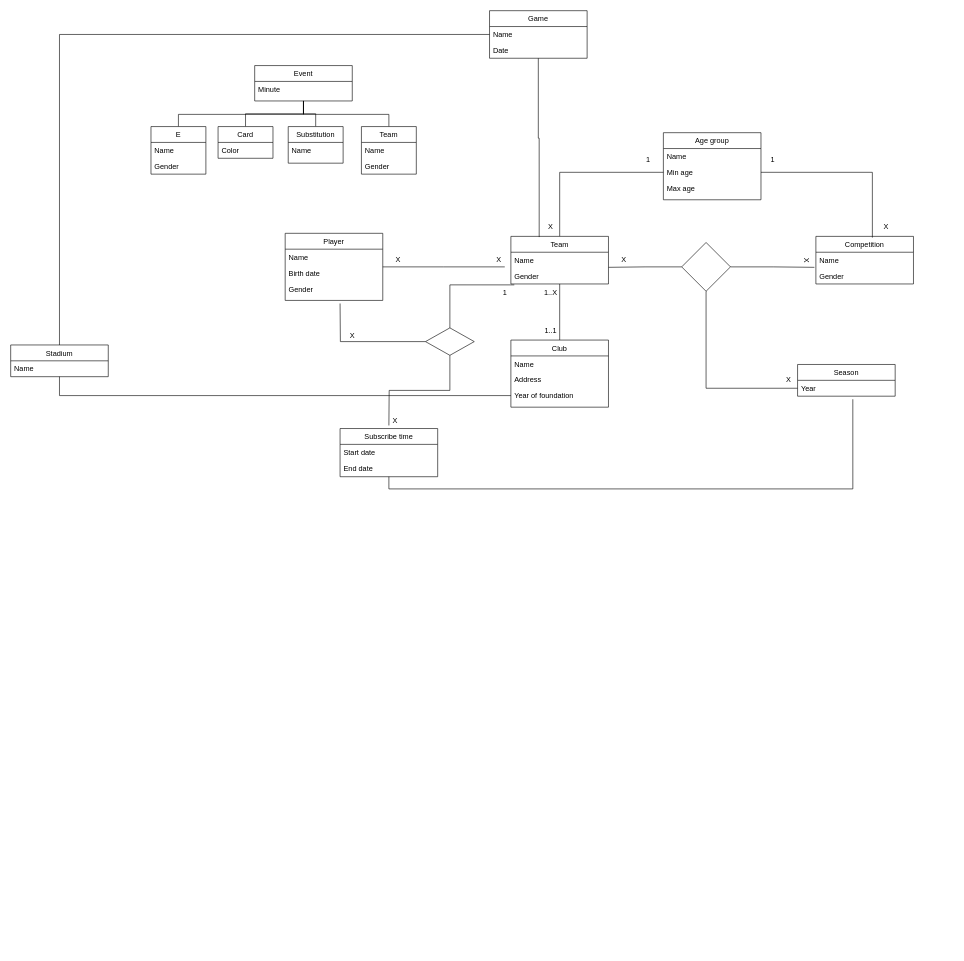
Before: SoccerLeague.drawio in brito-bernardo/database-modeling, a draw.io diagram. Source tidied: cells renumbered, new cells numbered last; positions are measured from the earlier drawing's top-left corner, leaving out a move shared by most shapes. Both pictures are drawn from the tidied source at 61%, with x=0, y=0 at pixel (10, 10).
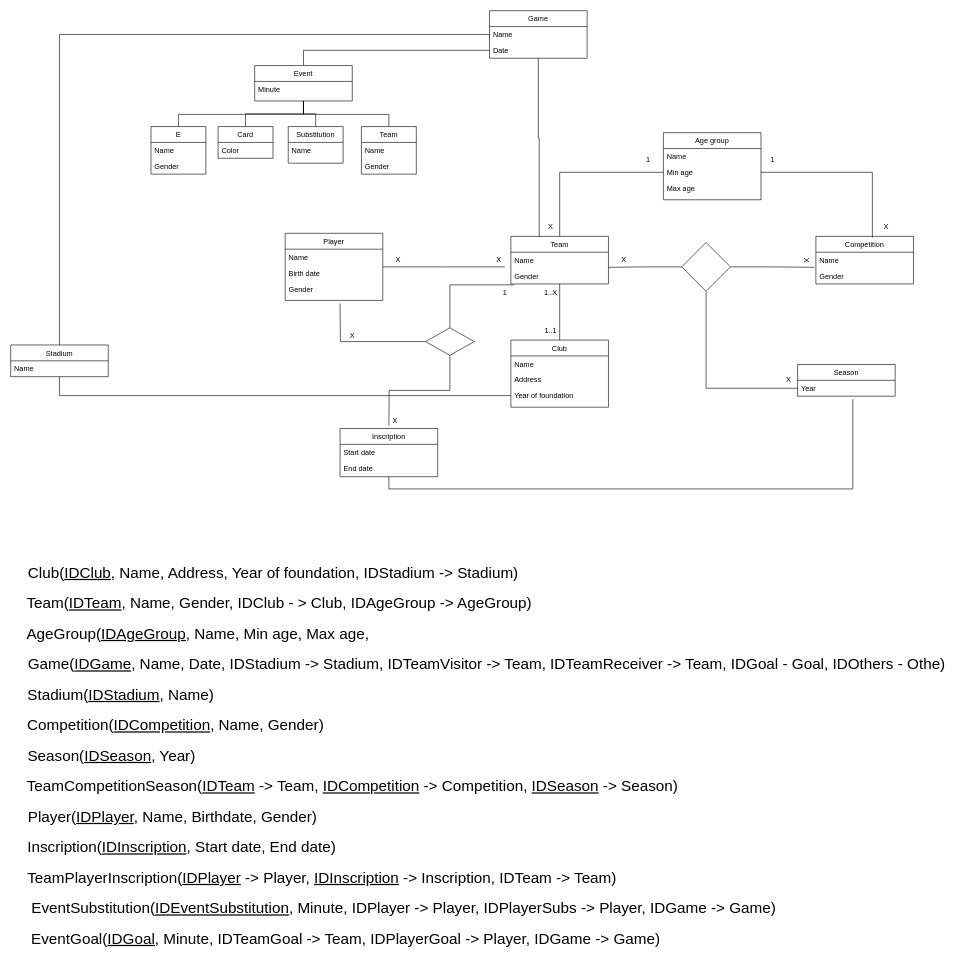
Above is the later version.

The change refers to these unchanged cells:
```xml
<mxCell id="56" value="Event" style="swimlane;fontStyle=0;align=center;verticalAlign=top;horizontal=1;startSize=26;rounded=0;shadow=0;strokeWidth=1;" parent="1" vertex="1">
  <mxGeometry x="400" y="90" width="160" height="58" as="geometry" />
</mxCell>
<mxCell id="74" value="Date" style="text;align=left;verticalAlign=top;spacingLeft=4;spacingRight=4;overflow=hidden;points=[[0,0.5],[1,0.5]];portConstraint=eastwest;" parent="72" vertex="1">
  <mxGeometry y="52" width="160" height="26" as="geometry" />
</mxCell>
```

What changed in the source:
```diff
@@
-    <mxCell id="41" value="Subscribe time" style="swimlane;fontStyle=0;align=center;verticalAlign=top;horizontal=1;startSize=26;rounded=0;shadow=0;strokeWidth=1;" parent="1" vertex="1">
+    <mxCell id="41" value="Inscription&#10;" style="swimlane;fontStyle=0;align=center;verticalAlign=top;horizontal=1;startSize=26;rounded=0;shadow=0;strokeWidth=1;" parent="1" vertex="1">
       <mxGeometry x="540" y="685" width="160" height="79" as="geometry" />
     </mxCell>
@@
+    <mxCell id="76" style="edgeStyle=orthogonalEdgeStyle;rounded=0;jettySize=auto;html=1;entryX=0;entryY=0.5;entryDx=0;entryDy=0;endArrow=none;endFill=0;" parent="1" edge="1" source="56" target="74">
+      <mxGeometry relative="1" as="geometry" />
+    </mxCell>
@@
+    <mxCell id="77" value="&lt;span style=&quot;font-size: 25px;&quot;&gt;Club(&lt;/span&gt;&lt;u style=&quot;font-size: 25px;&quot;&gt;IDClub&lt;/u&gt;&lt;span style=&quot;font-size: 25px;&quot;&gt;, Name, Address, Year of foundation, IDStadium -&amp;gt; Stadium)&lt;/span&gt;" style="text;html=1;align=center;verticalAlign=middle;strokeColor=none;fillColor=none;" parent="1" vertex="1">
+      <mxGeometry x="15" y="900" width="830" height="40" as="geometry" />
+    </mxCell>
+    <mxCell id="78" value="&lt;span style=&quot;font-size: 25px;&quot;&gt;Team(&lt;u&gt;IDTeam&lt;/u&gt;, Name, Gender, IDClub - &amp;gt; Club, IDAgeGroup -&amp;gt; AgeGroup)&lt;/span&gt;" style="text;html=1;align=center;verticalAlign=middle;strokeColor=none;fillColor=none;" parent="1" vertex="1">
+      <mxGeometry x="15" y="950" width="850" height="40" as="geometry" />
+    </mxCell>
+    <mxCell id="79" value="&lt;span style=&quot;font-size: 25px;&quot;&gt;AgeGroup(&lt;u&gt;IDAgeGroup&lt;/u&gt;, Name, Min age, Max age,&amp;nbsp;&lt;/span&gt;" style="text;html=1;align=center;verticalAlign=middle;strokeColor=none;fillColor=none;" parent="1" vertex="1">
+      <mxGeometry x="15" y="1000" width="590" height="40" as="geometry" />
+    </mxCell>
+    <mxCell id="80" value="&lt;font style=&quot;font-size: 25px;&quot;&gt;Game(&lt;u&gt;IDGame&lt;/u&gt;, Name, Date, IDStadium -&amp;gt; Stadium, IDTeamVisitor -&amp;gt; Team, IDTeamReceiver -&amp;gt; Team, IDGoal - Goal, IDOthers - Othe)&lt;br&gt;&lt;/font&gt;" style="text;html=1;align=center;verticalAlign=middle;strokeColor=none;fillColor=none;" parent="1" vertex="1">
+      <mxGeometry x="15" y="1050" width="1530" height="40" as="geometry" />
+    </mxCell>
+    <mxCell id="81" value="&lt;span style=&quot;font-size: 25px;&quot;&gt;Stadium(&lt;u&gt;IDStadium&lt;/u&gt;, Name)&lt;/span&gt;" style="text;html=1;align=center;verticalAlign=middle;strokeColor=none;fillColor=none;" parent="1" vertex="1">
+      <mxGeometry x="15" y="1100" width="330" height="40" as="geometry" />
+    </mxCell>
+    <mxCell id="82" value="&lt;font style=&quot;font-size: 25px;&quot;&gt;TeamCompetitionSeason(&lt;u&gt;IDTeam&lt;/u&gt;&amp;nbsp;-&amp;gt; Team, &lt;u&gt;IDCompetition&lt;/u&gt;&amp;nbsp;-&amp;gt; Competition, &lt;u&gt;IDSeason&lt;/u&gt;&amp;nbsp;-&amp;gt; Season)&lt;/font&gt;" style="text;html=1;align=center;verticalAlign=middle;strokeColor=none;fillColor=none;" parent="1" vertex="1">
+      <mxGeometry x="15" y="1250" width="1090" height="40" as="geometry" />
+    </mxCell>
+    <mxCell id="83" value="&lt;span style=&quot;font-size: 25px;&quot;&gt;Competition(&lt;u&gt;IDCompetition&lt;/u&gt;, Name, Gender)&lt;/span&gt;" style="text;html=1;align=center;verticalAlign=middle;strokeColor=none;fillColor=none;" parent="1" vertex="1">
+      <mxGeometry x="15" y="1150" width="510" height="40" as="geometry" />
+    </mxCell>
+    <mxCell id="84" value="&lt;font style=&quot;font-size: 25px;&quot;&gt;Season(&lt;u&gt;IDSeason&lt;/u&gt;, Year)&lt;/font&gt;" style="text;html=1;align=center;verticalAlign=middle;strokeColor=none;fillColor=none;" parent="1" vertex="1">
+      <mxGeometry x="15" y="1200" width="300" height="40" as="geometry" />
+    </mxCell>
+    <mxCell id="85" value="Player(&lt;u&gt;IDPlayer&lt;/u&gt;, Name, Birthdate, Gender)" style="text;html=1;align=center;verticalAlign=middle;strokeColor=none;fillColor=none;fontSize=25;" parent="1" vertex="1">
+      <mxGeometry x="15" y="1300" width="500" height="40" as="geometry" />
+    </mxCell>
+    <mxCell id="86" value="Inscription(&lt;u&gt;IDInscription&lt;/u&gt;, Start date, End date)" style="text;html=1;align=center;verticalAlign=middle;strokeColor=none;fillColor=none;fontSize=25;" parent="1" vertex="1">
+      <mxGeometry x="15" y="1350" width="530" height="40" as="geometry" />
+    </mxCell>
+    <mxCell id="87" value="&lt;font style=&quot;font-size: 25px;&quot;&gt;TeamPlayerInscription(&lt;u&gt;IDPlayer&lt;/u&gt;&amp;nbsp;-&amp;gt; Player, &lt;u&gt;IDInscription&lt;/u&gt;&amp;nbsp;-&amp;gt; Inscription, IDTeam -&amp;gt; Team)&lt;/font&gt;" style="text;html=1;align=center;verticalAlign=middle;strokeColor=none;fillColor=none;" parent="1" vertex="1">
+      <mxGeometry x="15" y="1400" width="990" height="40" as="geometry" />
+    </mxCell>
+    <mxCell id="88" value="&lt;span style=&quot;font-size: 25px;&quot;&gt;EventSubstitution(&lt;u&gt;IDEventSubstitution&lt;/u&gt;, Minute, IDPlayer -&amp;gt; Player, IDPlayerSubs -&amp;gt; Player, IDGame -&amp;gt; Game)&lt;/span&gt;" style="text;html=1;align=center;verticalAlign=middle;strokeColor=none;fillColor=none;" parent="1" vertex="1">
+      <mxGeometry x="24" y="1450" width="1240" height="40" as="geometry" />
+    </mxCell>
+    <mxCell id="89" value="&lt;span style=&quot;font-size: 25px;&quot;&gt;EventGoal(&lt;u&gt;IDGoal&lt;/u&gt;, Minute, IDTeamGoal -&amp;gt; Team, IDPlayerGoal -&amp;gt; Player, IDGame -&amp;gt; Game)&lt;/span&gt;" style="text;html=1;align=center;verticalAlign=middle;strokeColor=none;fillColor=none;" parent="1" vertex="1">
+      <mxGeometry x="24" y="1500" width="1050" height="40" as="geometry" />
+    </mxCell>
```
